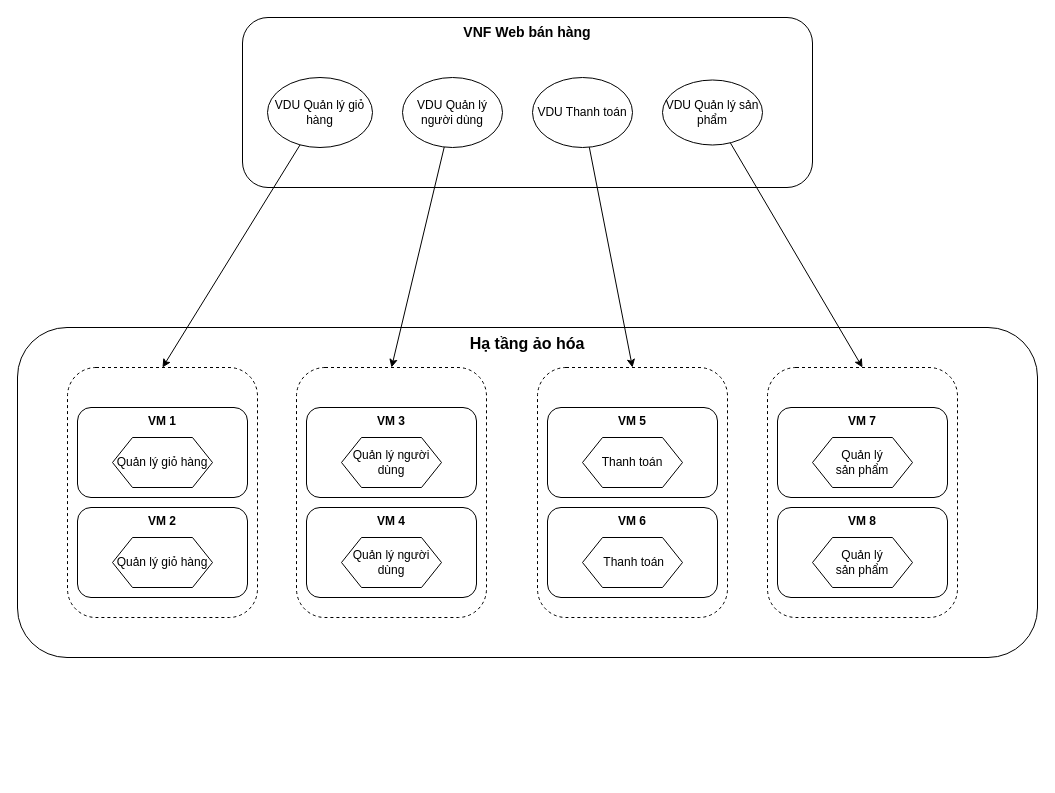
Earlier version of the draw.io diagram mano hello world.drawio (hiep1097/drawio). Source tidied: cells renumbered, new cells numbered last; positions are measured from the earlier drawing's top-left corner, leaving out a move shared by most shapes. Both pictures are drawn from the tidied source at 100%, with x=0, y=0 at pixel (17, 17).
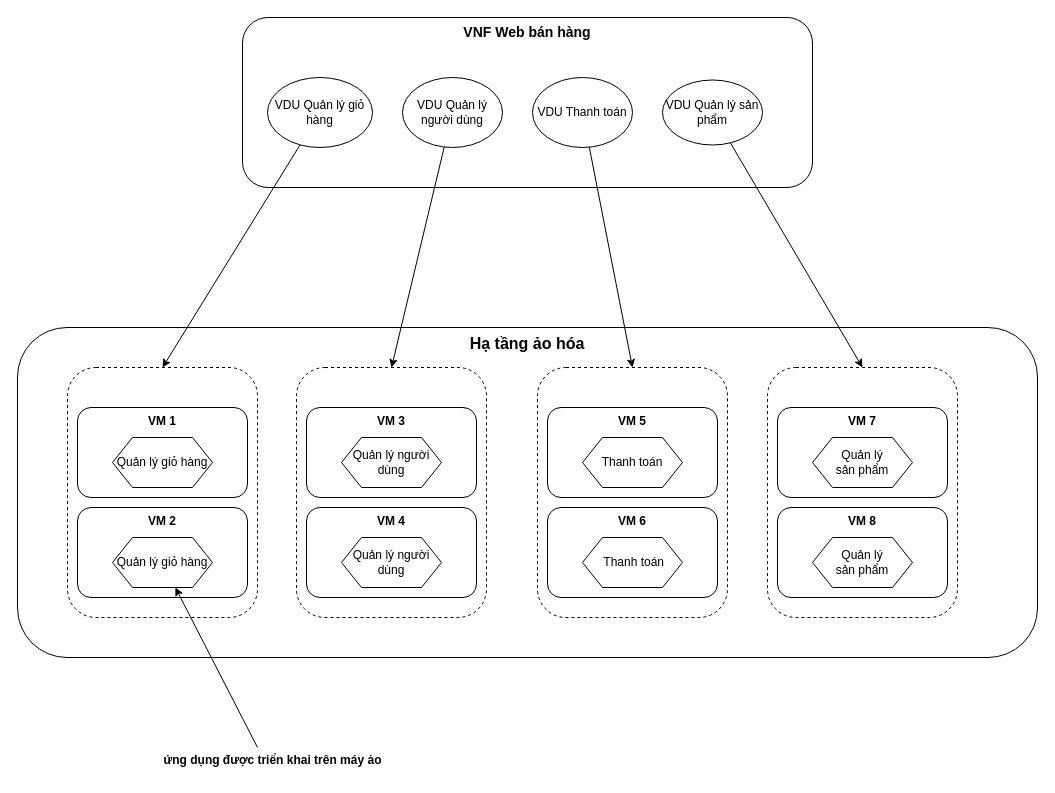
Above is the later version.

Commit message (it also covers changes not shown here):
Cập nhật mano hello world.drawio

Unchanged cells that the change refers to:
```xml
<mxCell id="8" value="Quản lý giỏ hàng" style="shape=hexagon;perimeter=hexagonPerimeter2;whiteSpace=wrap;html=1;fixedSize=1;" parent="1" vertex="1">
  <mxGeometry x="95" y="520" width="100" height="50" as="geometry" />
</mxCell>
```

Diff of the diagram source:
```diff
@@
+    <mxCell id="32" style="endArrow=classic;html=1;rounded=0;" parent="1" edge="1" target="8">
+      <mxGeometry relative="1" as="geometry">
+        <mxPoint x="240" y="730" as="sourcePoint" />
+      </mxGeometry>
+    </mxCell>
+    <mxCell id="33" value="ứng dụng được triển khai trên máy ảo" style="text;html=1;align=center;verticalAlign=middle;strokeColor=none;fillColor=none;fontStyle=1;" parent="1" vertex="1">
+      <mxGeometry x="135" y="728" width="240" height="30" as="geometry" />
+    </mxCell>
```
